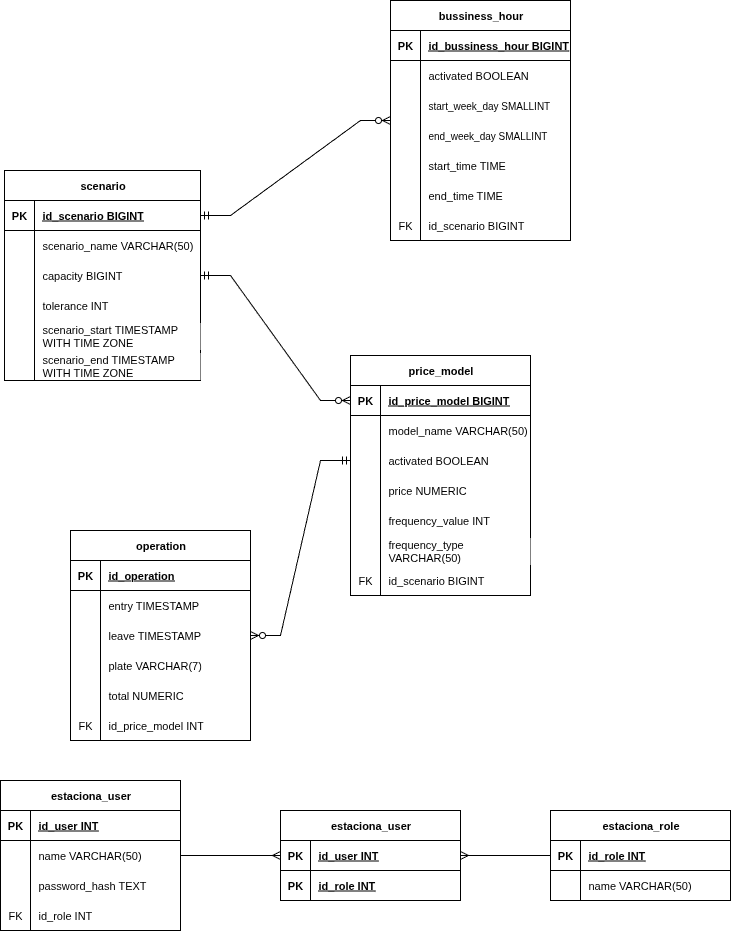
This is docs/assets/bd_fisico.png from Estaciona-Rapido/docs, a draw.io export, as it was before one commit. Source tidied: cells renumbered, new cells last; positions are measured from the earlier drawing's top-left corner, leaving out a move shared by most shapes.
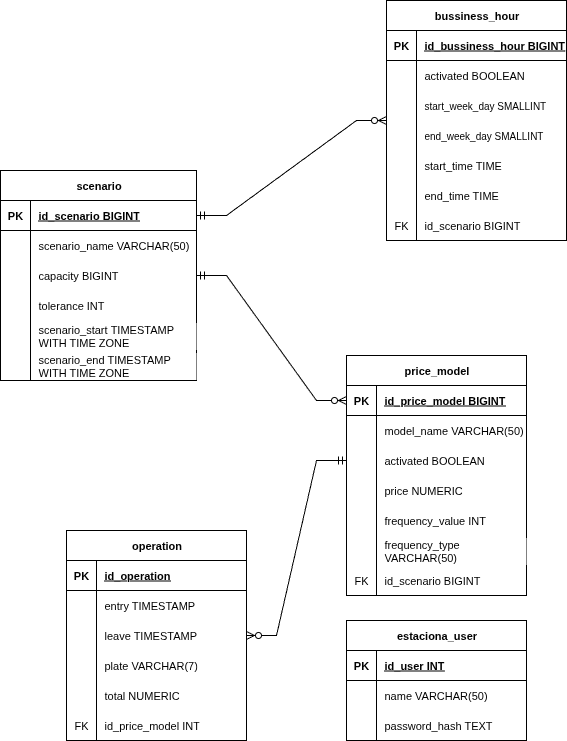
After the change.

The edit, as a diff of the source:
```diff
@@ -258,7 +258,7 @@
       <mxGeometry relative="1" as="geometry" />
     </mxCell>
     <mxCell id="87" value="estaciona_user" style="shape=table;startSize=30;rowLines=0;fontStyle=1;align=center;html=1;fontFamily=Helvetica;fontSize=11;fontColor=default;labelBackgroundColor=default;" parent="1" vertex="1">
-      <mxGeometry y="780" width="180" height="150" as="geometry" />
+      <mxGeometry x="350" y="620" width="180" height="120" as="geometry" />
     </mxCell>
     <mxCell id="88" style="shape=tableRow;horizontal=0;startSize=0;swimlaneHead=0;swimlaneBody=0;fillColor=none;top=0;left=0;right=0;bottom=1;fontFamily=Helvetica;fontSize=11;fontColor=default;labelBackgroundColor=default;" parent="87" vertex="1">
       <mxGeometry y="30" width="180" height="30" as="geometry" />
@@ -287,71 +287,13 @@
     <mxCell id="96" value="password_hash TEXT" style="shape=partialRectangle;fillColor=none;top=0;left=0;bottom=0;right=0;align=left;spacingLeft=6;overflow=hidden;whiteSpace=wrap;html=1;fontFamily=Helvetica;fontSize=11;fontColor=default;labelBackgroundColor=default;" parent="94" vertex="1">
       <mxGeometry x="30" width="150" height="30" as="geometry" />
     </mxCell>
-    <mxCell id="97" style="shape=tableRow;horizontal=0;startSize=0;swimlaneHead=0;swimlaneBody=0;fillColor=none;top=0;left=0;right=0;bottom=0;fontFamily=Helvetica;fontSize=11;fontColor=default;labelBackgroundColor=default;" parent="87" vertex="1">
-      <mxGeometry y="120" width="180" height="30" as="geometry" />
-    </mxCell>
-    <mxCell id="98" value="FK" style="shape=partialRectangle;fillColor=none;top=0;left=0;bottom=0;right=0;overflow=hidden;whiteSpace=wrap;html=1;fontFamily=Helvetica;fontSize=11;fontColor=default;labelBackgroundColor=default;" parent="97" vertex="1">
-      <mxGeometry width="30" height="30" as="geometry" />
-    </mxCell>
-    <mxCell id="99" value="id_role INT" style="shape=partialRectangle;fillColor=none;top=0;left=0;bottom=0;right=0;align=left;spacingLeft=6;overflow=hidden;whiteSpace=wrap;html=1;fontFamily=Helvetica;fontSize=11;fontColor=default;labelBackgroundColor=default;" parent="97" vertex="1">
-      <mxGeometry x="30" width="150" height="30" as="geometry" />
-    </mxCell>
-    <mxCell id="100" value="estaciona_role" style="shape=table;startSize=30;rowLines=0;fontStyle=1;align=center;html=1;fontFamily=Helvetica;fontSize=11;fontColor=default;labelBackgroundColor=default;" parent="1" vertex="1">
-      <mxGeometry x="550" y="810" width="180" height="90" as="geometry" />
-    </mxCell>
-    <mxCell id="101" style="shape=tableRow;horizontal=0;startSize=0;swimlaneHead=0;swimlaneBody=0;fillColor=none;points=[[0,0.5],[1,0.5]];portConstraint=eastwest;top=0;left=0;right=0;bottom=1;fontFamily=Helvetica;fontSize=11;fontColor=default;labelBackgroundColor=default;" parent="100" vertex="1">
-      <mxGeometry y="30" width="180" height="30" as="geometry" />
-    </mxCell>
-    <mxCell id="102" value="PK" style="shape=partialRectangle;fillColor=none;top=0;left=0;bottom=0;right=0;fontStyle=1;overflow=hidden;whiteSpace=wrap;html=1;fontFamily=Helvetica;fontSize=11;fontColor=default;labelBackgroundColor=default;" parent="101" vertex="1">
-      <mxGeometry width="30" height="30" as="geometry" />
-    </mxCell>
-    <mxCell id="103" value="id_role INT" style="shape=partialRectangle;fillColor=none;top=0;left=0;bottom=0;right=0;align=left;spacingLeft=6;fontStyle=5;overflow=hidden;whiteSpace=wrap;html=1;fontFamily=Helvetica;fontSize=11;fontColor=default;labelBackgroundColor=default;" parent="101" vertex="1">
-      <mxGeometry x="30" width="150" height="30" as="geometry" />
-    </mxCell>
-    <mxCell id="104" style="shape=tableRow;horizontal=0;startSize=0;swimlaneHead=0;swimlaneBody=0;fillColor=none;top=0;left=0;right=0;bottom=0;fontFamily=Helvetica;fontSize=11;fontColor=default;labelBackgroundColor=default;" parent="100" vertex="1">
-      <mxGeometry y="60" width="180" height="30" as="geometry" />
-    </mxCell>
-    <mxCell id="105" style="shape=partialRectangle;fillColor=none;top=0;left=0;bottom=0;right=0;overflow=hidden;whiteSpace=wrap;html=1;fontFamily=Helvetica;fontSize=11;fontColor=default;labelBackgroundColor=default;" parent="104" vertex="1">
-      <mxGeometry width="30" height="30" as="geometry" />
-    </mxCell>
-    <mxCell id="106" value="name VARCHAR(50)" style="shape=partialRectangle;fillColor=none;top=0;left=0;bottom=0;right=0;align=left;spacingLeft=6;overflow=hidden;whiteSpace=wrap;html=1;fontFamily=Helvetica;fontSize=11;fontColor=default;labelBackgroundColor=default;" parent="104" vertex="1">
-      <mxGeometry x="30" width="150" height="30" as="geometry" />
-    </mxCell>
-    <mxCell id="107" style="edgeStyle=entityRelationEdgeStyle;fontSize=12;html=1;endArrow=ERmany;rounded=0;strokeColor=default;align=center;verticalAlign=middle;fontFamily=Helvetica;fontColor=default;labelBackgroundColor=default;" parent="1" edge="1" source="101" target="108">
+    <mxCell id="107" style="edgeStyle=entityRelationEdgeStyle;fontSize=12;html=1;endArrow=ERmany;rounded=0;strokeColor=default;align=center;verticalAlign=middle;fontFamily=Helvetica;fontColor=default;labelBackgroundColor=default;" parent="1" edge="1" source="x">
       <mxGeometry relative="1" as="geometry">
+        <mxPoint x="460" y="855" as="targetPoint" />
         <Array as="points">
           <mxPoint x="570" y="740" />
         </Array>
       </mxGeometry>
     </mxCell>
-    <mxCell id="108" value="estaciona_user" style="shape=table;startSize=30;rowLines=0;fontStyle=1;align=center;html=1;fontFamily=Helvetica;fontSize=11;fontColor=default;labelBackgroundColor=default;" parent="1" vertex="1">
-      <mxGeometry x="280" y="810" width="180" height="90" as="geometry" />
-    </mxCell>
-    <mxCell id="109" style="shape=tableRow;horizontal=0;startSize=0;swimlaneHead=0;swimlaneBody=0;fillColor=none;top=0;left=0;right=0;bottom=1;fontFamily=Helvetica;fontSize=11;fontColor=default;labelBackgroundColor=default;" parent="108" vertex="1">
-      <mxGeometry y="30" width="180" height="30" as="geometry" />
-    </mxCell>
-    <mxCell id="110" value="PK" style="shape=partialRectangle;fillColor=none;top=0;left=0;bottom=0;right=0;fontStyle=1;overflow=hidden;whiteSpace=wrap;html=1;fontFamily=Helvetica;fontSize=11;fontColor=default;labelBackgroundColor=default;" parent="109" vertex="1">
-      <mxGeometry width="30" height="30" as="geometry" />
-    </mxCell>
-    <mxCell id="111" value="id_user INT" style="shape=partialRectangle;fillColor=none;top=0;left=0;bottom=0;right=0;align=left;spacingLeft=6;fontStyle=5;overflow=hidden;whiteSpace=wrap;html=1;fontFamily=Helvetica;fontSize=11;fontColor=default;labelBackgroundColor=default;" parent="109" vertex="1">
-      <mxGeometry x="30" width="150" height="30" as="geometry" />
-    </mxCell>
-    <mxCell id="112" style="shape=tableRow;horizontal=0;startSize=0;swimlaneHead=0;swimlaneBody=0;fillColor=none;top=0;left=0;right=0;bottom=1;fontFamily=Helvetica;fontSize=11;fontColor=default;labelBackgroundColor=default;" parent="108" vertex="1">
-      <mxGeometry y="60" width="180" height="30" as="geometry" />
-    </mxCell>
-    <mxCell id="113" value="PK" style="shape=partialRectangle;fillColor=none;top=0;left=0;bottom=0;right=0;fontStyle=1;overflow=hidden;whiteSpace=wrap;html=1;fontFamily=Helvetica;fontSize=11;fontColor=default;labelBackgroundColor=default;" parent="112" vertex="1">
-      <mxGeometry width="30" height="30" as="geometry" />
-    </mxCell>
-    <mxCell id="114" value="id_role INT" style="shape=partialRectangle;fillColor=none;top=0;left=0;bottom=0;right=0;align=left;spacingLeft=6;fontStyle=5;overflow=hidden;whiteSpace=wrap;html=1;fontFamily=Helvetica;fontSize=11;fontColor=default;labelBackgroundColor=default;" parent="112" vertex="1">
-      <mxGeometry x="30" width="150" height="30" as="geometry" />
-    </mxCell>
-    <mxCell id="115" style="edgeStyle=entityRelationEdgeStyle;fontSize=12;html=1;endArrow=ERmany;rounded=0;strokeColor=default;align=center;verticalAlign=middle;fontFamily=Helvetica;fontColor=default;labelBackgroundColor=default;" parent="1" edge="1" source="87" target="108">
-      <mxGeometry relative="1" as="geometry">
-        <Array as="points">
-          <mxPoint x="610" y="850" />
-          <mxPoint x="130" y="790" />
-        </Array>
-      </mxGeometry>
-    </mxCell>
   </root>
 </mxGraphModel>
```
